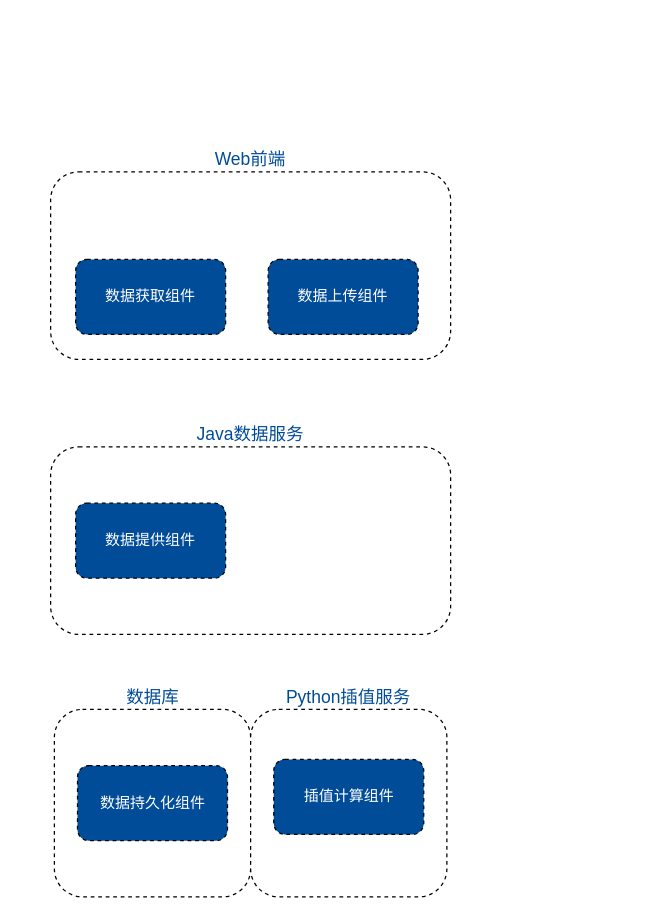
Before: architecture.drawio in xiangsanliu/drawio, a draw.io diagram. Source tidied: cells renumbered, new cells numbered last; positions are measured from the earlier drawing's top-left corner, leaving out a move shared by most shapes. Both pictures are drawn from the tidied source at 125%, with x=0, y=0 at pixel (20, 146).
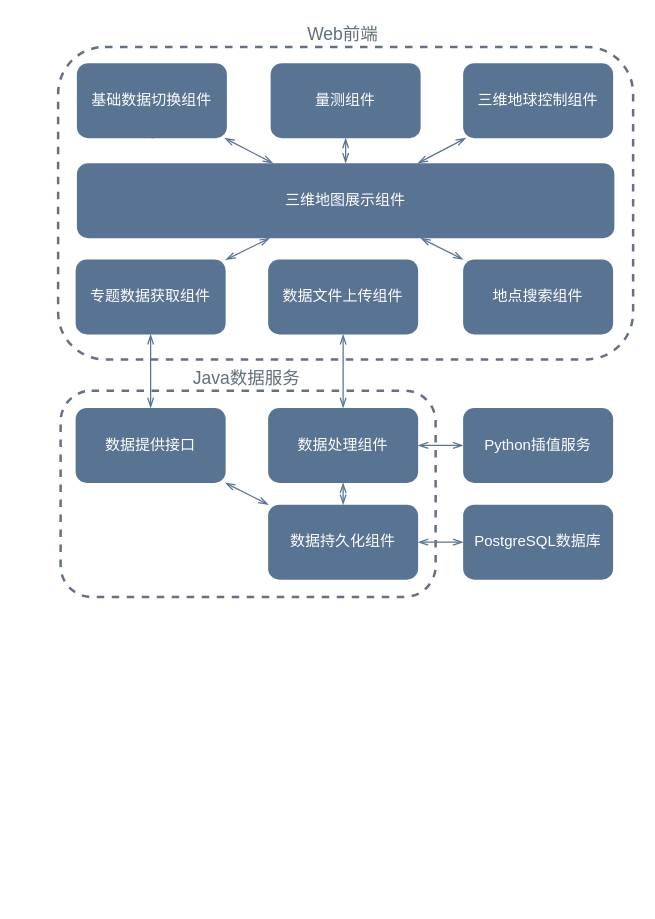
The same diagram, later.

What changed in the source:
```diff
@@
-    <mxCell id="2" style="rounded=1;whiteSpace=wrap;html=1;dashed=1;" parent="1" vertex="1">
-      <mxGeometry x="24" y="240" width="320" height="150" as="geometry" />
+    <mxCell id="2" style="rounded=1;whiteSpace=wrap;html=1;dashed=1;strokeWidth=2;strokeColor=#657085;" parent="1" vertex="1">
+      <mxGeometry x="32" y="195" width="300" height="165" as="geometry" />
     </mxCell>
-    <mxCell id="3" value="&lt;font color=&quot;#004c99&quot;&gt;&lt;span style=&quot;font-size: 14px&quot;&gt;Java数据服务&lt;/span&gt;&lt;/font&gt;" style="text;html=1;strokeColor=none;fillColor=none;align=center;verticalAlign=middle;whiteSpace=wrap;rounded=0;dashed=1;" parent="1" vertex="1">
-      <mxGeometry x="79" y="220" width="210" height="20" as="geometry" />
+    <mxCell id="3" value="&lt;font&gt;&lt;span style=&quot;font-size: 14px&quot;&gt;Java数据服务&lt;/span&gt;&lt;/font&gt;" style="text;html=1;strokeColor=none;fillColor=none;align=center;verticalAlign=middle;whiteSpace=wrap;rounded=0;dashed=1;fontColor=#606F77;" parent="1" vertex="1">
+      <mxGeometry x="76" y="175" width="210" height="20" as="geometry" />
     </mxCell>
-    <mxCell id="4" style="rounded=1;whiteSpace=wrap;html=1;dashed=1;" parent="1" vertex="1">
-      <mxGeometry x="27" y="450" width="157" height="150" as="geometry" />
-    </mxCell>
-    <mxCell id="5" style="rounded=1;whiteSpace=wrap;html=1;dashed=1;" parent="1" vertex="1">
-      <mxGeometry x="184" y="450" width="157" height="150" as="geometry" />
-    </mxCell>
-    <mxCell id="6" value="&lt;font color=&quot;#004c99&quot;&gt;&lt;span style=&quot;font-size: 14px&quot;&gt;数据库&lt;/span&gt;&lt;/font&gt;" style="text;html=1;strokeColor=none;fillColor=none;align=center;verticalAlign=middle;whiteSpace=wrap;rounded=0;dashed=1;" parent="1" vertex="1">
-      <mxGeometry x="0.5" y="430" width="210" height="20" as="geometry" />
-    </mxCell>
-    <mxCell id="7" value="&lt;font color=&quot;#004c99&quot; style=&quot;font-size: 14px&quot;&gt;Python插值服务&lt;/font&gt;" style="text;html=1;strokeColor=none;fillColor=none;align=center;verticalAlign=middle;whiteSpace=wrap;rounded=0;dashed=1;" parent="1" vertex="1">
-      <mxGeometry x="144.2" y="430" width="236.5" height="20" as="geometry" />
-    </mxCell>
-    <mxCell id="8" style="rounded=1;whiteSpace=wrap;html=1;dashed=1;" parent="1" vertex="1">
-      <mxGeometry x="24" y="20" width="320" height="150" as="geometry" />
+    <mxCell id="8" style="rounded=1;whiteSpace=wrap;html=1;dashed=1;strokeColor=#657085;strokeWidth=2;perimeterSpacing=0;" parent="1" vertex="1">
+      <mxGeometry x="30" y="-80" width="460" height="250" as="geometry" />
     </mxCell>
-    <mxCell id="9" value="&lt;font color=&quot;#004c99&quot;&gt;&lt;span style=&quot;font-size: 14px&quot;&gt;Web前端&lt;/span&gt;&lt;/font&gt;" style="text;html=1;strokeColor=none;fillColor=none;align=center;verticalAlign=middle;whiteSpace=wrap;rounded=0;dashed=1;" parent="1" vertex="1">
-      <mxGeometry x="79" width="210" height="20" as="geometry" />
+    <mxCell id="9" value="&lt;font&gt;&lt;span style=&quot;font-size: 14px&quot;&gt;Web前端&lt;/span&gt;&lt;/font&gt;" style="text;html=1;strokeColor=none;fillColor=none;align=center;verticalAlign=middle;whiteSpace=wrap;rounded=0;dashed=1;fontColor=#606f77;" parent="1" vertex="1">
+      <mxGeometry x="153" y="-100" width="210" height="20" as="geometry" />
     </mxCell>
+    <mxCell id="15" style="edgeStyle=none;rounded=1;jettySize=auto;html=1;startArrow=openThin;startFill=0;endArrow=openThin;endFill=0;strokeColor=#597392;fontColor=#606F77;" parent="1" edge="1" source="10" target="29">
+      <mxGeometry relative="1" as="geometry" />
+    </mxCell>
-    <mxCell id="10" value="&lt;font color=&quot;#ffffff&quot;&gt;数据上传组件&lt;br&gt;&lt;/font&gt;" style="rounded=1;whiteSpace=wrap;html=1;dashed=1;fillColor=#004C99;" parent="1" vertex="1">
+    <mxCell id="10" value="&lt;font color=&quot;#ffffff&quot;&gt;数据文件上传组件&lt;br&gt;&lt;/font&gt;" style="rounded=1;whiteSpace=wrap;html=1;fillColor=#597392;strokeColor=none;" parent="1" vertex="1">
       <mxGeometry x="198" y="90" width="120" height="60" as="geometry" />
     </mxCell>
+    <mxCell id="16" style="rounded=1;jettySize=auto;html=1;fontColor=#606F77;endArrow=openThin;endFill=0;startArrow=openThin;startFill=0;strokeColor=#597392;" parent="1" edge="1" source="11" target="12">
+      <mxGeometry relative="1" as="geometry" />
+    </mxCell>
+    <mxCell id="17" style="edgeStyle=none;rounded=1;jettySize=auto;html=1;startArrow=openThin;startFill=0;endArrow=openThin;endFill=0;strokeColor=#597392;fontColor=#606F77;" parent="1" edge="1" source="11" target="28">
+      <mxGeometry relative="1" as="geometry" />
+    </mxCell>
-    <mxCell id="11" value="&lt;font color=&quot;#ffffff&quot;&gt;数据获取组件&lt;/font&gt;" style="rounded=1;whiteSpace=wrap;html=1;dashed=1;fillColor=#004C99;" parent="1" vertex="1">
+    <mxCell id="11" value="&lt;font color=&quot;#ffffff&quot;&gt;专题数据获取组件&lt;/font&gt;" style="rounded=1;whiteSpace=wrap;html=1;fillColor=#597392;strokeColor=none;" parent="1" vertex="1">
       <mxGeometry x="44" y="90" width="120" height="60" as="geometry" />
     </mxCell>
+    <mxCell id="18" style="edgeStyle=none;rounded=1;jettySize=auto;html=1;startArrow=openThin;startFill=0;endArrow=openThin;endFill=0;strokeColor=#597392;fontColor=#606F77;" parent="1" edge="1" source="12" target="14">
+      <mxGeometry relative="1" as="geometry" />
+    </mxCell>
-    <mxCell id="12" value="&lt;font color=&quot;#ffffff&quot;&gt;数据提供组件&lt;/font&gt;" style="rounded=1;whiteSpace=wrap;html=1;dashed=1;fillColor=#004C99;" parent="1" vertex="1">
-      <mxGeometry x="44" y="285" width="120" height="60" as="geometry" />
+    <mxCell id="12" value="&lt;font color=&quot;#ffffff&quot;&gt;数据提供接口&lt;/font&gt;" style="rounded=1;whiteSpace=wrap;html=1;dashed=1;fillColor=#597392;strokeColor=none;" parent="1" vertex="1">
+      <mxGeometry x="44" y="208.8" width="120" height="60" as="geometry" />
     </mxCell>
-    <mxCell id="13" value="&lt;font color=&quot;#ffffff&quot;&gt;插值计算组件&lt;/font&gt;" style="rounded=1;whiteSpace=wrap;html=1;dashed=1;fillColor=#004C99;" parent="1" vertex="1">
-      <mxGeometry x="202.5" y="490" width="120" height="60" as="geometry" />
-    </mxCell>
+    <mxCell id="19" style="edgeStyle=none;rounded=1;jettySize=auto;html=1;startArrow=openThin;startFill=0;endArrow=openThin;endFill=0;strokeColor=#597392;fontColor=#606F77;" parent="1" edge="1" source="14" target="29">
+      <mxGeometry relative="1" as="geometry" />
+    </mxCell>
-    <mxCell id="14" value="&lt;font color=&quot;#ffffff&quot;&gt;数据持久化组件&lt;/font&gt;" style="rounded=1;whiteSpace=wrap;html=1;dashed=1;fillColor=#004C99;" parent="1" vertex="1">
-      <mxGeometry x="45.5" y="495" width="120" height="60" as="geometry" />
+    <mxCell id="14" value="&lt;font color=&quot;#ffffff&quot;&gt;数据持久化组件&lt;/font&gt;" style="rounded=1;whiteSpace=wrap;html=1;dashed=1;fillColor=#597392;strokeColor=none;" parent="1" vertex="1">
+      <mxGeometry x="198" y="286.2" width="120" height="60" as="geometry" />
     </mxCell>
+    <mxCell id="20" style="edgeStyle=none;rounded=1;jettySize=auto;html=1;startArrow=openThin;startFill=0;endArrow=openThin;endFill=0;strokeColor=#597392;fontColor=#606F77;" parent="1" edge="1" source="21" target="28">
+      <mxGeometry relative="1" as="geometry" />
+    </mxCell>
+    <mxCell id="21" value="&lt;font color=&quot;#ffffff&quot;&gt;地点搜索组件&lt;/font&gt;" style="rounded=1;whiteSpace=wrap;html=1;fillColor=#597392;strokeColor=none;" parent="1" vertex="1">
+      <mxGeometry x="354" y="90" width="120" height="60" as="geometry" />
+    </mxCell>
+    <mxCell id="22" style="edgeStyle=none;rounded=1;jettySize=auto;html=1;startArrow=openThin;startFill=0;endArrow=openThin;endFill=0;strokeColor=#597392;fontColor=#606F77;" parent="1" edge="1" source="23" target="28">
+      <mxGeometry relative="1" as="geometry" />
+    </mxCell>
+    <mxCell id="23" value="&lt;font color=&quot;#ffffff&quot;&gt;&lt;span&gt;三维地球控制组件&lt;/span&gt;&lt;/font&gt;" style="rounded=1;whiteSpace=wrap;html=1;fillColor=#597392;strokeColor=none;" parent="1" vertex="1">
+      <mxGeometry x="354" y="-67" width="120" height="60" as="geometry" />
+    </mxCell>
+    <mxCell id="24" style="edgeStyle=none;rounded=1;jettySize=auto;html=1;startArrow=openThin;startFill=0;endArrow=openThin;endFill=0;strokeColor=#597392;fontColor=#606F77;" parent="1" edge="1" source="25" target="28">
+      <mxGeometry relative="1" as="geometry" />
+    </mxCell>
+    <mxCell id="25" value="&lt;font color=&quot;#ffffff&quot;&gt;量测组件&lt;/font&gt;" style="rounded=1;whiteSpace=wrap;html=1;fillColor=#597392;strokeColor=none;" parent="1" vertex="1">
+      <mxGeometry x="200" y="-67" width="120" height="60" as="geometry" />
+    </mxCell>
+    <mxCell id="26" style="edgeStyle=none;rounded=1;jettySize=auto;html=1;startArrow=openThin;startFill=0;endArrow=openThin;endFill=0;strokeColor=#597392;fontColor=#606F77;" parent="1" edge="1" source="27" target="28">
+      <mxGeometry relative="1" as="geometry" />
+    </mxCell>
+    <mxCell id="27" value="&lt;font color=&quot;#ffffff&quot;&gt;基础数据切换组件&lt;/font&gt;" style="rounded=1;whiteSpace=wrap;html=1;fillColor=#597392;strokeColor=none;" parent="1" vertex="1">
+      <mxGeometry x="45" y="-67" width="120" height="60" as="geometry" />
+    </mxCell>
+    <mxCell id="28" value="&lt;font color=&quot;#ffffff&quot;&gt;三维地图展示组件&lt;/font&gt;" style="rounded=1;whiteSpace=wrap;html=1;fillColor=#597392;strokeColor=none;" parent="1" vertex="1">
+      <mxGeometry x="45" y="13" width="430" height="60" as="geometry" />
+    </mxCell>
+    <mxCell id="29" value="&lt;font color=&quot;#ffffff&quot;&gt;数据处理组件&lt;/font&gt;" style="rounded=1;whiteSpace=wrap;html=1;dashed=1;fillColor=#597392;strokeColor=none;" parent="1" vertex="1">
+      <mxGeometry x="198" y="208.8" width="120" height="60" as="geometry" />
+    </mxCell>
+    <mxCell id="30" style="edgeStyle=none;rounded=1;jettySize=auto;html=1;startArrow=openThin;startFill=0;endArrow=openThin;endFill=0;strokeColor=#597392;fontColor=#606F77;" parent="1" edge="1" source="31" target="14">
+      <mxGeometry relative="1" as="geometry" />
+    </mxCell>
+    <mxCell id="31" value="&lt;font color=&quot;#ffffff&quot;&gt;PostgreSQL数据库&lt;/font&gt;" style="rounded=1;whiteSpace=wrap;html=1;dashed=1;fillColor=#597392;strokeColor=none;" parent="1" vertex="1">
+      <mxGeometry x="354" y="286.2" width="120" height="60" as="geometry" />
+    </mxCell>
+    <mxCell id="32" style="edgeStyle=none;rounded=1;jettySize=auto;html=1;startArrow=openThin;startFill=0;endArrow=openThin;endFill=0;strokeColor=#597392;fontColor=#606F77;" parent="1" edge="1" source="7" target="29">
+      <mxGeometry relative="1" as="geometry" />
+    </mxCell>
+    <mxCell id="7" value="&lt;font color=&quot;#ffffff&quot;&gt;&lt;span&gt;Python插值服务&lt;/span&gt;&lt;/font&gt;" style="rounded=1;whiteSpace=wrap;html=1;dashed=1;fillColor=#597392;strokeColor=none;" parent="1" vertex="1">
+      <mxGeometry x="354" y="208.8" width="120" height="60" as="geometry" />
+    </mxCell>
+    <mxCell id="33" style="edgeStyle=none;rounded=1;orthogonalLoop=1;jettySize=auto;html=1;exitX=0.5;exitY=1;exitDx=0;exitDy=0;entryX=1;entryY=0.5;entryDx=0;entryDy=0;startArrow=openThin;startFill=0;endArrow=openThin;endFill=0;strokeColor=#597392;fontColor=#606F77;" parent="1" edge="1" source="27" target="27">
+      <mxGeometry relative="1" as="geometry" />
+    </mxCell>
```
